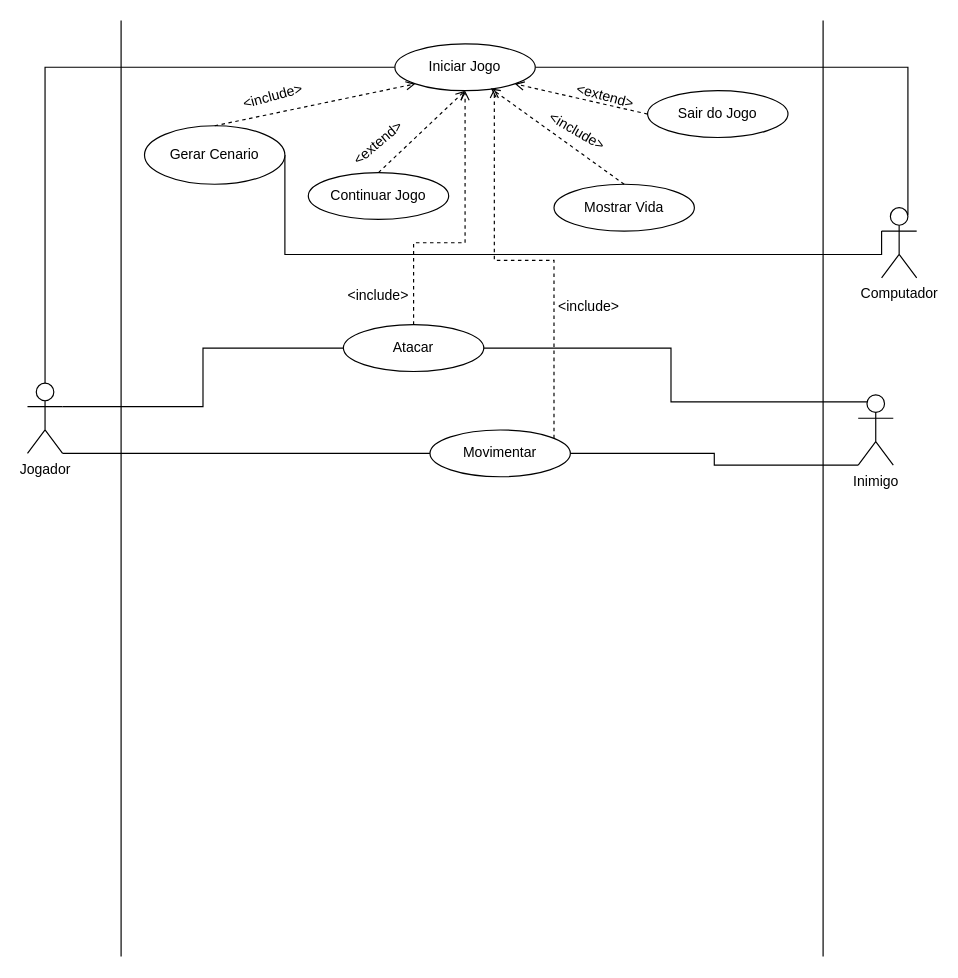
Earlier version of the draw.io diagram Diagrama sem nome.drawio (yuritelis/atvmusicalp). Source tidied: cells renumbered, new cells numbered last; positions are measured from the earlier drawing's top-left corner, leaving out a move shared by most shapes. Both pictures are drawn from the tidied source at 117%, with x=0, y=0 at pixel (27, 20).
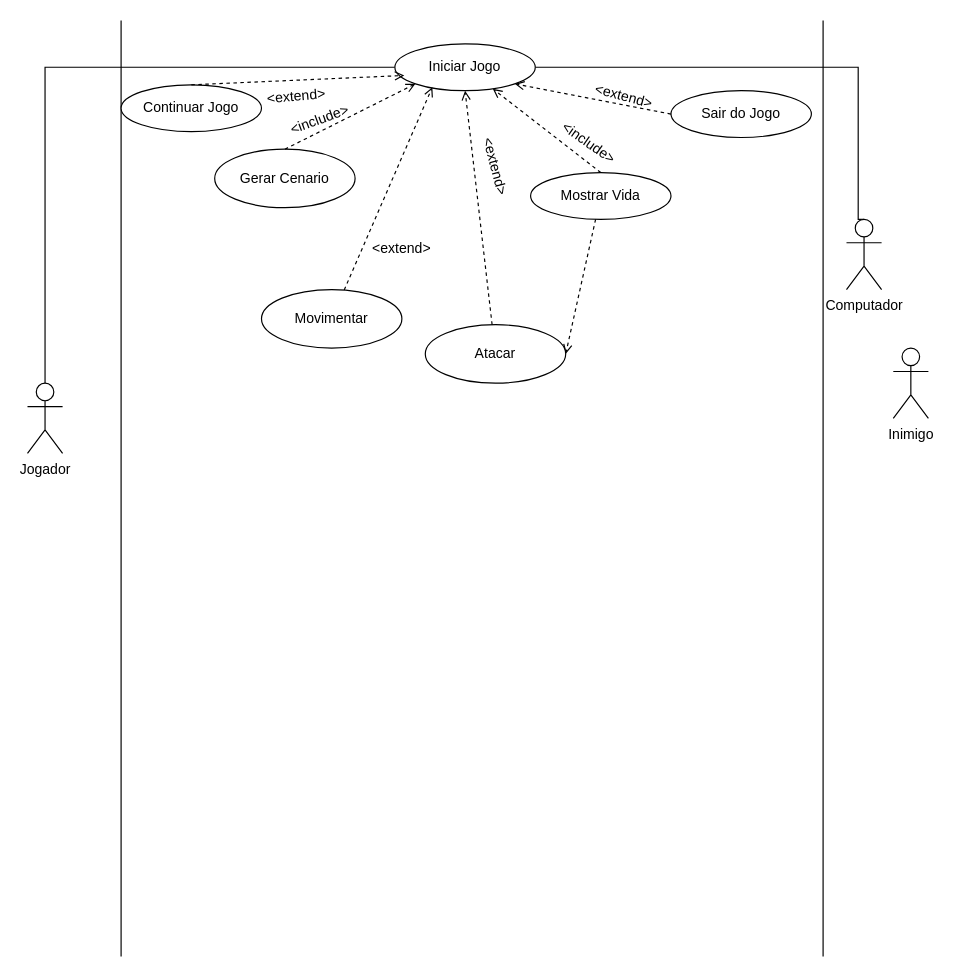
Above is the later version.

Unchanged cells that the change refers to:
```xml
<mxCell id="5" value="Jogador&lt;br&gt;" style="shape=umlActor;verticalLabelPosition=bottom;verticalAlign=top;html=1;outlineConnect=0;" parent="1" vertex="1">
  <mxGeometry y="310" width="30" height="60" as="geometry" />
</mxCell>
<mxCell id="11" value="Iniciar Jogo" style="ellipse;whiteSpace=wrap;html=1;" parent="1" vertex="1">
  <mxGeometry x="314" y="20" width="120" height="40" as="geometry" />
</mxCell>
```

Change to the diagram source:
```diff
@@
-    <mxCell id="3" style="edgeStyle=orthogonalEdgeStyle;rounded=0;jettySize=auto;html=1;exitX=1;exitY=0.3333333333333333;exitDx=0;exitDy=0;exitPerimeter=0;entryX=0;entryY=0.5;entryDx=0;entryDy=0;endArrow=none;endFill=0;" parent="1" edge="1" source="5" target="13">
-      <mxGeometry relative="1" as="geometry" />
-    </mxCell>
-    <mxCell id="4" style="edgeStyle=orthogonalEdgeStyle;rounded=0;jettySize=auto;html=1;exitX=1;exitY=1;exitDx=0;exitDy=0;exitPerimeter=0;entryX=0;entryY=0.5;entryDx=0;entryDy=0;endArrow=none;endFill=0;" parent="1" edge="1" source="5" target="27">
-      <mxGeometry relative="1" as="geometry">
-        <Array as="points">
-          <mxPoint x="300" y="370" />
-          <mxPoint x="300" y="370" />
-        </Array>
-      </mxGeometry>
-    </mxCell>
@@
-    <mxCell id="6" style="edgeStyle=orthogonalEdgeStyle;rounded=0;jettySize=auto;html=1;exitX=0.75;exitY=0.1;exitDx=0;exitDy=0;exitPerimeter=0;entryX=1;entryY=0.5;entryDx=0;entryDy=0;endArrow=none;endFill=0;" parent="1" edge="1" source="8" target="11">
+    <mxCell id="6" style="edgeStyle=orthogonalEdgeStyle;rounded=0;jettySize=auto;html=1;exitX=0.5;exitY=0;exitDx=0;exitDy=0;exitPerimeter=0;entryX=1;entryY=0.5;entryDx=0;entryDy=0;endArrow=none;endFill=0;" parent="1" edge="1" source="8" target="11">
       <mxGeometry relative="1" as="geometry">
         <Array as="points">
-          <mxPoint x="753" y="40" />
+          <mxPoint x="710" y="170" />
+          <mxPoint x="710" y="40" />
         </Array>
       </mxGeometry>
     </mxCell>
-    <mxCell id="7" style="edgeStyle=orthogonalEdgeStyle;rounded=0;jettySize=auto;html=1;entryX=1;entryY=0.5;entryDx=0;entryDy=0;exitX=0;exitY=0.3333333333333333;exitDx=0;exitDy=0;exitPerimeter=0;endArrow=none;endFill=0;" parent="1" edge="1" source="8" target="18">
-      <mxGeometry relative="1" as="geometry">
-        <Array as="points">
-          <mxPoint x="730" y="200" />
-          <mxPoint x="220" y="200" />
-        </Array>
-      </mxGeometry>
-    </mxCell>
     <mxCell id="8" value="Computador" style="shape=umlActor;verticalLabelPosition=bottom;verticalAlign=top;html=1;outlineConnect=0;" parent="1" vertex="1">
-      <mxGeometry x="730" y="160" width="30" height="60" as="geometry" />
+      <mxGeometry x="700" y="170" width="30" height="60" as="geometry" />
     </mxCell>
@@
-    <mxCell id="12" style="edgeStyle=orthogonalEdgeStyle;rounded=0;jettySize=auto;html=1;dashed=1;endArrow=open;endFill=0;" parent="1" edge="1" source="13" target="11">
-      <mxGeometry relative="1" as="geometry">
-        <Array as="points">
-          <mxPoint x="330" y="190" />
-          <mxPoint x="374" y="190" />
-        </Array>
-      </mxGeometry>
-    </mxCell>
-    <mxCell id="13" value="Atacar" style="ellipse;whiteSpace=wrap;html=1;" parent="1" vertex="1">
-      <mxGeometry x="270" y="260" width="120" height="40" as="geometry" />
-    </mxCell>
     <mxCell id="14" value="Continuar Jogo" style="ellipse;whiteSpace=wrap;html=1;" parent="1" vertex="1">
-      <mxGeometry x="240" y="130" width="120" height="40" as="geometry" />
+      <mxGeometry x="80" y="55" width="120" height="40" as="geometry" />
     </mxCell>
-    <mxCell id="15" style="endArrow=open;html=1;rounded=0;exitX=0.5;exitY=0;exitDx=0;exitDy=0;entryX=0.5;entryY=1;entryDx=0;entryDy=0;dashed=1;endFill=0;" parent="1" edge="1" source="14" target="11">
+    <mxCell id="15" style="endArrow=open;html=1;rounded=0;exitX=0.5;exitY=0;exitDx=0;exitDy=0;entryX=0.067;entryY=0.675;entryDx=0;entryDy=0;dashed=1;endFill=0;entryPerimeter=0;" parent="1" edge="1" source="14" target="11">
       <mxGeometry relative="1" as="geometry" />
     </mxCell>
     <mxCell id="16" value="Sair do Jogo" style="ellipse;whiteSpace=wrap;html=1;" parent="1" vertex="1">
-      <mxGeometry x="530" y="60" width="120" height="40" as="geometry" />
+      <mxGeometry x="550" y="60" width="120" height="40" as="geometry" />
     </mxCell>
@@
     <mxCell id="18" value="Gerar Cenario" style="ellipse;whiteSpace=wrap;html=1;" parent="1" vertex="1">
-      <mxGeometry x="100" y="90" width="120" height="50" as="geometry" />
+      <mxGeometry x="160" y="110" width="120" height="50" as="geometry" />
     </mxCell>
-    <mxCell id="19" style="endArrow=open;html=1;rounded=0;exitX=0.5;exitY=0;exitDx=0;exitDy=0;entryX=0;entryY=1;entryDx=0;entryDy=0;dashed=1;endFill=0;" parent="1" edge="1" source="18" target="11">
+    <mxCell id="19" style="endArrow=open;html=1;rounded=0;exitX=0.5;exitY=0;exitDx=0;exitDy=0;dashed=1;endFill=0;entryX=0;entryY=1;entryDx=0;entryDy=0;" parent="1" edge="1" source="18" target="11">
       <mxGeometry relative="1" as="geometry" />
     </mxCell>
-    <mxCell id="20" value="&amp;lt;include&amp;gt;" style="text;html=1;strokeColor=none;fillColor=none;align=center;verticalAlign=middle;whiteSpace=wrap;rounded=0;rotation=-15;" parent="1" vertex="1">
-      <mxGeometry x="180" y="50" width="60" height="30" as="geometry" />
-    </mxCell>
-    <mxCell id="21" value="&amp;lt;extend&amp;gt;" style="text;html=1;strokeColor=none;fillColor=none;align=center;verticalAlign=middle;whiteSpace=wrap;rounded=0;rotation=-40;" parent="1" vertex="1">
-      <mxGeometry x="270" y="90" width="60" height="30" as="geometry" />
+    <mxCell id="21" value="&amp;lt;extend&amp;gt;" style="text;html=1;strokeColor=none;fillColor=none;align=center;verticalAlign=middle;whiteSpace=wrap;rounded=0;rotation=-5;" parent="1" vertex="1">
+      <mxGeometry x="200" y="50" width="60" height="30" as="geometry" />
     </mxCell>
     <mxCell id="22" value="&amp;lt;extend&amp;gt;" style="text;html=1;strokeColor=none;fillColor=none;align=center;verticalAlign=middle;whiteSpace=wrap;rounded=0;rotation=15;" parent="1" vertex="1">
-      <mxGeometry x="464" y="50" width="60" height="30" as="geometry" />
+      <mxGeometry x="480" y="50" width="60" height="30" as="geometry" />
     </mxCell>
+    <mxCell id="33" style="rounded=0;jettySize=auto;html=1;entryX=1;entryY=0.5;entryDx=0;entryDy=0;endArrow=open;endFill=0;dashed=1;" parent="1" edge="1" source="23" target="13">
+      <mxGeometry relative="1" as="geometry" />
+    </mxCell>
     <mxCell id="23" value="Mostrar Vida" style="ellipse;whiteSpace=wrap;html=1;" parent="1" vertex="1">
-      <mxGeometry x="450" y="140" width="120" height="40" as="geometry" />
+      <mxGeometry x="430" y="130" width="120" height="40" as="geometry" />
     </mxCell>
-    <mxCell id="24" style="endArrow=open;html=1;rounded=0;exitX=0.5;exitY=0;exitDx=0;exitDy=0;entryX=0.683;entryY=0.95;entryDx=0;entryDy=0;entryPerimeter=0;dashed=1;endFill=0;" parent="1" edge="1" source="23" target="11">
+    <mxCell id="24" style="endArrow=open;html=1;rounded=0;exitX=0.5;exitY=0;exitDx=0;exitDy=0;dashed=1;endFill=0;" parent="1" edge="1" source="23" target="11">
       <mxGeometry relative="1" as="geometry" />
     </mxCell>
-    <mxCell id="25" value="&amp;lt;include&amp;gt;" style="text;html=1;strokeColor=none;fillColor=none;align=center;verticalAlign=middle;whiteSpace=wrap;rounded=0;rotation=30;" parent="1" vertex="1">
-      <mxGeometry x="440" y="80" width="60" height="30" as="geometry" />
+    <mxCell id="25" value="&amp;lt;include&amp;gt;" style="text;html=1;strokeColor=none;fillColor=none;align=center;verticalAlign=middle;whiteSpace=wrap;rounded=0;rotation=35;" parent="1" vertex="1">
+      <mxGeometry x="450" y="90" width="60" height="30" as="geometry" />
     </mxCell>
+    <mxCell id="30" value="Inimigo" style="shape=umlActor;verticalLabelPosition=bottom;verticalAlign=top;html=1;outlineConnect=0;" parent="1" vertex="1">
+      <mxGeometry x="740" y="280" width="30" height="60" as="geometry" />
+    </mxCell>
-    <mxCell id="26" style="edgeStyle=orthogonalEdgeStyle;rounded=0;jettySize=auto;html=1;dashed=1;endArrow=open;endFill=0;" parent="1" edge="1" source="27" target="11">
-      <mxGeometry relative="1" as="geometry">
-        <Array as="points">
-          <mxPoint x="450" y="205" />
-          <mxPoint x="399" y="205" />
-        </Array>
-      </mxGeometry>
+    <mxCell id="26" style="rounded=0;jettySize=auto;html=1;entryX=0.267;entryY=0.925;entryDx=0;entryDy=0;entryPerimeter=0;dashed=1;endArrow=open;endFill=0;" parent="1" edge="1" source="27" target="11">
+      <mxGeometry relative="1" as="geometry" />
     </mxCell>
     <mxCell id="27" value="Movimentar" style="ellipse;whiteSpace=wrap;html=1;" parent="1" vertex="1">
-      <mxGeometry x="344" y="350" width="120" height="40" as="geometry" />
+      <mxGeometry x="200" y="230" width="120" height="50" as="geometry" />
     </mxCell>
-    <mxCell id="28" style="edgeStyle=orthogonalEdgeStyle;rounded=0;jettySize=auto;html=1;exitX=0.25;exitY=0.1;exitDx=0;exitDy=0;exitPerimeter=0;entryX=1;entryY=0.5;entryDx=0;entryDy=0;endArrow=none;endFill=0;" parent="1" edge="1" source="30" target="13">
-      <mxGeometry relative="1" as="geometry" />
-    </mxCell>
-    <mxCell id="29" style="edgeStyle=orthogonalEdgeStyle;rounded=0;jettySize=auto;html=1;exitX=0;exitY=1;exitDx=0;exitDy=0;exitPerimeter=0;entryX=1;entryY=0.5;entryDx=0;entryDy=0;endArrow=none;endFill=0;" parent="1" edge="1" source="30" target="27">
-      <mxGeometry relative="1" as="geometry">
-        <Array as="points">
-          <mxPoint x="587" y="380" />
-          <mxPoint x="587" y="370" />
-        </Array>
-      </mxGeometry>
-    </mxCell>
-    <mxCell id="30" value="Inimigo" style="shape=umlActor;verticalLabelPosition=bottom;verticalAlign=top;html=1;outlineConnect=0;" parent="1" vertex="1">
-      <mxGeometry x="710" y="320" width="30" height="60" as="geometry" />
-    </mxCell>
-    <mxCell id="31" value="&amp;lt;include&amp;gt;" style="text;html=1;strokeColor=none;fillColor=none;align=center;verticalAlign=middle;whiteSpace=wrap;rounded=0;" parent="1" vertex="1">
-      <mxGeometry x="450" y="230" width="60" height="30" as="geometry" />
-    </mxCell>
-    <mxCell id="32" value="&amp;lt;include&amp;gt;" style="text;html=1;strokeColor=none;fillColor=none;align=center;verticalAlign=middle;whiteSpace=wrap;rounded=0;" parent="1" vertex="1">
-      <mxGeometry x="270" y="220" width="60" height="30" as="geometry" />
-    </mxCell>
+    <mxCell id="12" style="rounded=0;jettySize=auto;html=1;entryX=0.5;entryY=1;entryDx=0;entryDy=0;endArrow=open;endFill=0;dashed=1;" parent="1" edge="1" source="13" target="11">
+      <mxGeometry relative="1" as="geometry" />
+    </mxCell>
+    <mxCell id="13" value="Atacar" style="ellipse;whiteSpace=wrap;html=1;" parent="1" vertex="1">
+      <mxGeometry x="340" y="260" width="120" height="50" as="geometry" />
+    </mxCell>
+    <mxCell id="34" value="&amp;lt;include&amp;gt;" style="text;html=1;strokeColor=none;fillColor=none;align=center;verticalAlign=middle;whiteSpace=wrap;rounded=0;rotation=-20;" parent="1" vertex="1">
+      <mxGeometry x="220" y="70" width="60" height="30" as="geometry" />
+    </mxCell>
+    <mxCell id="35" value="&amp;lt;extend&amp;gt;" style="text;html=1;strokeColor=none;fillColor=none;align=center;verticalAlign=middle;whiteSpace=wrap;rounded=0;" parent="1" vertex="1">
+      <mxGeometry x="290" y="180" width="60" height="30" as="geometry" />
+    </mxCell>
+    <mxCell id="36" value="&amp;lt;extend&amp;gt;" style="text;html=1;strokeColor=none;fillColor=none;align=center;verticalAlign=middle;whiteSpace=wrap;rounded=0;rotation=75;" parent="1" vertex="1">
+      <mxGeometry x="370" y="110" width="60" height="30" as="geometry" />
+    </mxCell>
```
